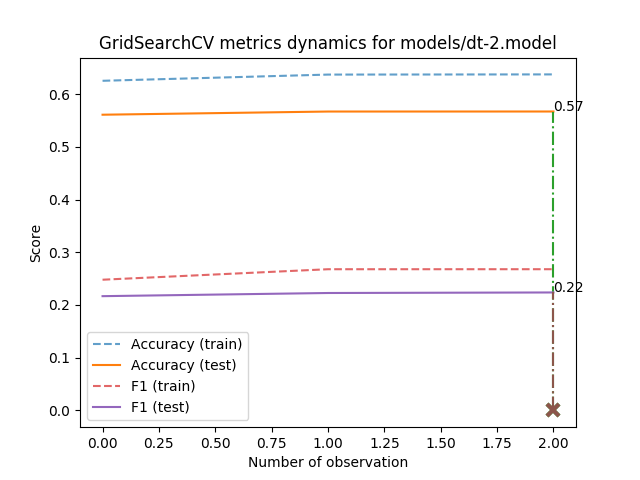
AverHLV/diploma-computations keeps this Graphviz diagram as models/dt-2.model_metrics.png. Above is the earlier version. Its source is kept beside it as models/dt-2.model.dot.
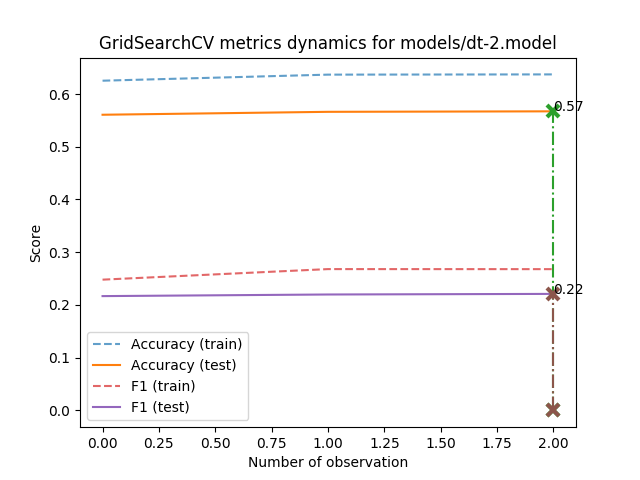
The same diagram one commit later.

Change to the diagram source:
```diff
@@ -1,56 +1,56 @@
 digraph Tree {
 node [shape=box, style="filled", color="black"] ;
-0 [label="Topic <= 0.998\ngini = 0.558\nsamples = 12050\nvalue = [[28, 5165, 718, 4400, 1739]\n[311, 7330, 2420, 806, 1183]\n[145, 6578, 592, 4043, 692]\n...\n[15, 5656, 845, 3930, 1604]\n[8, 151, 66, 50, 11775]\n[16, 2006, 26, 7797, 2205]]", fillcolor="#fffdfb"] ;
-1 [label="ОБ <= -0.236\ngini = 0.543\nsamples = 9277\nvalue = [[24, 4623, 566, 2698, 1366]\n[266, 5767, 1748, 562, 934]\n[123, 5775, 495, 2245, 639]\n...\n[15, 4928, 452, 2519, 1363]\n[7, 130, 40, 39, 9061]\n[15, 1795, 17, 5871, 1579]]", fillcolor="#fdf6f1"] ;
+0 [label="Topic <= 0.998\ngini = 0.558\nsamples = 12050\nvalue = [[27, 5151, 714, 4443, 1715]\n[320, 7320, 2445, 824, 1141]\n[145, 6590, 590, 4038, 687]\n...\n[18, 5666, 806, 3953, 1607]\n[11, 140, 60, 52, 11787]\n[18, 1986, 28, 7780, 2238]]", fillcolor="#fefcfa"] ;
+1 [label="ОБ <= -0.236\ngini = 0.543\nsamples = 9292\nvalue = [[24, 4625, 561, 2737, 1345]\n[267, 5806, 1764, 559, 896]\n[124, 5798, 487, 2244, 639]\n...\n[18, 4969, 434, 2511, 1360]\n[9, 123, 35, 42, 9083]\n[17, 1781, 21, 5870, 1603]]", fillcolor="#fdf5f0"] ;
 0 -> 1 [labeldistance=2.5, labelangle=45, headlabel="True"] ;
-5 [label="Позафракційні <= -1.95\ngini = 0.536\nsamples = 2446\nvalue = [[14, 1348, 111, 524, 449]\n[40, 1596, 278, 177, 355]\n[28, 1458, 84, 543, 333]\n...\n[7, 1238, 100, 672, 429]\n[1, 20, 8, 1, 2416]\n[8, 391, 1, 1386, 660]]", fillcolor="#fdf3ec"] ;
+5 [label="Позафракційні <= -2.179\ngini = 0.534\nsamples = 2469\nvalue = [[14, 1355, 102, 549, 449]\n[37, 1646, 286, 167, 333]\n[31, 1492, 70, 548, 328]\n...\n[9, 1277, 98, 650, 435]\n[2, 20, 6, 1, 2440]\n[10, 372, 1, 1405, 681]]", fillcolor="#fcf2ea"] ;
 1 -> 5 ;
-9 [label="gini = 0.414\nsamples = 208\nvalue = [[1, 26, 4, 112, 65]\n[0, 116, 29, 37, 26]\n[1, 41, 4, 122, 40]\n...\n[1, 25, 4, 105, 73]\n[0, 0, 0, 0, 208]\n[0, 4, 0, 39, 165]]", fillcolor="#f2bf9a"] ;
-5 -> 9 ;
-10 [label="ВОБ <= -0.559\ngini = 0.522\nsamples = 2238\nvalue = [[13, 1322, 107, 412, 384]\n[40, 1480, 249, 140, 329]\n[27, 1417, 80, 421, 293]\n...\n[6, 1213, 96, 567, 356]\n[1, 20, 8, 1, 2208]\n[8, 387, 1, 1347, 495]]", fillcolor="#fbede3"] ;
-5 -> 10 ;
-23 [label="gini = 0.526\nsamples = 564\nvalue = [[0, 277, 23, 139, 125]\n[11, 288, 53, 47, 165]\n[5, 312, 33, 144, 70]\n...\n[1, 264, 14, 210, 75]\n[0, 0, 0, 0, 564]\n[1, 106, 0, 360, 97]]", fillcolor="#fcefe6"] ;
-10 -> 23 ;
-24 [label="gini = 0.505\nsamples = 1674\nvalue = [[13, 1045, 84, 273, 259]\n[29, 1192, 196, 93, 164]\n[22, 1105, 47, 277, 223]\n...\n[5, 949, 82, 357, 281]\n[1, 20, 8, 1, 1644]\n[7, 281, 1, 987, 398]]", fillcolor="#fae6d8"] ;
-10 -> 24 ;
-6 [label="Topic <= -1.596\ngini = 0.534\nsamples = 6831\nvalue = [[10, 3275, 455, 2174, 917]\n[226, 4171, 1470, 385, 579]\n[95, 4317, 411, 1702, 306]\n...\n[8, 3690, 352, 1847, 934]\n[6, 110, 32, 38, 6645]\n[7, 1404, 16, 4485, 919]]", fillcolor="#fcf3ec"] ;
+7 [label="gini = 0.392\nsamples = 186\nvalue = [[2, 17, 3, 102, 62]\n[0, 95, 34, 34, 23]\n[1, 27, 4, 121, 33]\n...\n[0, 15, 5, 90, 76]\n[0, 0, 0, 0, 186]\n[0, 2, 0, 32, 152]]", fillcolor="#f0b58b"] ;
+5 -> 7 ;
+8 [label="ВОБ <= -0.559\ngini = 0.521\nsamples = 2283\nvalue = [[12, 1338, 99, 447, 387]\n[37, 1551, 252, 133, 310]\n[30, 1465, 66, 427, 295]\n...\n[9, 1262, 93, 560, 359]\n[2, 20, 6, 1, 2254]\n[10, 370, 1, 1373, 529]]", fillcolor="#fbece1"] ;
+5 -> 8 ;
+23 [label="gini = 0.527\nsamples = 574\nvalue = [[0, 277, 22, 154, 121]\n[7, 304, 58, 44, 161]\n[8, 312, 24, 151, 79]\n...\n[2, 278, 12, 213, 69]\n[0, 0, 0, 0, 574]\n[1, 108, 0, 359, 106]]", fillcolor="#fcefe5"] ;
+8 -> 23 ;
+24 [label="gini = 0.503\nsamples = 1709\nvalue = [[12, 1061, 77, 293, 266]\n[30, 1247, 194, 89, 149]\n[22, 1153, 42, 276, 216]\n...\n[7, 984, 81, 347, 290]\n[2, 20, 6, 1, 1680]\n[9, 262, 1, 1014, 423]]", fillcolor="#f9e4d5"] ;
+8 -> 24 ;
+6 [label="Topic <= -1.596\ngini = 0.535\nsamples = 6823\nvalue = [[10, 3270, 459, 2188, 896]\n[230, 4160, 1478, 392, 563]\n[93, 4306, 417, 1696, 311]\n...\n[9, 3692, 336, 1861, 925]\n[7, 103, 29, 41, 6643]\n[7, 1409, 20, 4465, 922]]", fillcolor="#fcf2eb"] ;
 1 -> 6 ;
-7 [label="gini = 0.466\nsamples = 335\nvalue = [[3, 91, 60, 158, 23]\n[3, 240, 65, 11, 16]\n[0, 82, 63, 188, 2]\n...\n[1, 73, 78, 138, 45]\n[0, 25, 1, 17, 292]\n[0, 23, 0, 230, 82]]", fillcolor="#f6d5bd"] ;
-6 -> 7 ;
-8 [label="НФ <= 0.392\ngini = 0.529\nsamples = 6496\nvalue = [[7, 3184, 395, 2016, 894]\n[223, 3931, 1405, 374, 563]\n[95, 4235, 348, 1514, 304]\n...\n[7, 3617, 274, 1709, 889]\n[6, 85, 31, 21, 6353]\n[7, 1381, 16, 4255, 837]]", fillcolor="#fcf0e8"] ;
-6 -> 8 ;
-13 [label="Екогрупа <= -1.626\ngini = 0.52\nsamples = 3944\nvalue = [[2, 1821, 190, 1343, 588]\n[114, 2501, 876, 213, 240]\n[47, 2515, 192, 973, 217]\n...\n[6, 2269, 185, 1138, 346]\n[3, 19, 14, 12, 3896]\n[4, 893, 9, 2601, 437]]", fillcolor="#fbece2"] ;
-8 -> 13 ;
-21 [label="gini = 0.465\nsamples = 161\nvalue = [[0, 41, 8, 85, 27]\n[3, 96, 30, 4, 28]\n[0, 51, 2, 108, 0]\n...\n[0, 55, 8, 69, 29]\n[0, 0, 0, 0, 161]\n[0, 10, 0, 35, 116]]", fillcolor="#f6d5bd"] ;
-13 -> 21 ;
-22 [label="gini = 0.515\nsamples = 3783\nvalue = [[2, 1780, 182, 1258, 561]\n[111, 2405, 846, 209, 212]\n[47, 2464, 190, 865, 217]\n...\n[6, 2214, 177, 1069, 317]\n[3, 19, 14, 12, 3735]\n[4, 883, 9, 2566, 321]]", fillcolor="#fbeade"] ;
-13 -> 22 ;
-14 [label="gini = 0.53\nsamples = 2552\nvalue = [[5, 1363, 205, 673, 306]\n[109, 1430, 529, 161, 323]\n[48, 1720, 156, 541, 87]\n...\n[1, 1348, 89, 571, 543]\n[3, 66, 17, 9, 2457]\n[3, 488, 7, 1654, 400]]", fillcolor="#fcf1e9"] ;
-8 -> 14 ;
-2 [label="НФ <= -0.149\ngini = 0.525\nsamples = 2773\nvalue = [[4, 542, 152, 1702, 373]\n[45, 1563, 672, 244, 249]\n[22, 803, 97, 1798, 53]\n...\n[0, 728, 393, 1411, 241]\n[1, 21, 26, 11, 2714]\n[1, 211, 9, 1926, 626]]", fillcolor="#fcefe5"] ;
+9 [label="gini = 0.462\nsamples = 327\nvalue = [[2, 86, 60, 162, 17]\n[4, 241, 63, 8, 11]\n[0, 83, 64, 179, 1]\n...\n[1, 79, 76, 126, 45]\n[0, 21, 1, 19, 286]\n[0, 20, 0, 219, 88]]", fillcolor="#f6d3ba"] ;
+6 -> 9 ;
+10 [label="Екогрупа <= -1.414\ngini = 0.53\nsamples = 6496\nvalue = [[8, 3184, 399, 2026, 879]\n[226, 3919, 1415, 384, 552]\n[93, 4223, 353, 1517, 310]\n...\n[8, 3613, 260, 1735, 880]\n[7, 82, 28, 22, 6357]\n[7, 1389, 20, 4246, 834]]", fillcolor="#fcf0e7"] ;
+6 -> 10 ;
+13 [label="gini = 0.506\nsamples = 346\nvalue = [[0, 114, 18, 158, 56]\n[6, 208, 77, 7, 48]\n[1, 156, 9, 177, 3]\n...\n[0, 131, 19, 128, 68]\n[0, 7, 0, 1, 338]\n[0, 13, 0, 119, 214]]", fillcolor="#fae6d8"] ;
+10 -> 13 ;
+14 [label="НФ <= 0.573\ngini = 0.525\nsamples = 6150\nvalue = [[8, 3070, 381, 1868, 823]\n[220, 3711, 1338, 377, 504]\n[92, 4067, 344, 1340, 307]\n...\n[8, 3482, 241, 1607, 812]\n[7, 75, 28, 21, 6019]\n[7, 1376, 20, 4127, 620]]", fillcolor="#fbeee4"] ;
+10 -> 14 ;
+15 [label="gini = 0.517\nsamples = 4236\nvalue = [[4, 1999, 224, 1406, 603]\n[118, 2679, 958, 237, 244]\n[50, 2759, 220, 967, 240]\n...\n[7, 2502, 178, 1175, 374]\n[4, 23, 18, 12, 4179]\n[4, 966, 12, 2890, 364]]", fillcolor="#fbeadf"] ;
+14 -> 15 ;
+16 [label="gini = 0.525\nsamples = 1914\nvalue = [[4, 1071, 157, 462, 220]\n[102, 1032, 380, 140, 260]\n[42, 1308, 124, 373, 67]\n...\n[1, 980, 63, 432, 438]\n[3, 52, 10, 9, 1840]\n[3, 410, 8, 1237, 256]]", fillcolor="#fceee4"] ;
+14 -> 16 ;
+2 [label="НФ <= -0.149\ngini = 0.526\nsamples = 2758\nvalue = [[3, 526, 153, 1706, 370]\n[53, 1514, 681, 265, 245]\n[21, 792, 103, 1794, 48]\n...\n[0, 697, 372, 1442, 247]\n[2, 17, 25, 10, 2704]\n[1, 205, 7, 1910, 635]]", fillcolor="#fceee5"] ;
 0 -> 2 [labeldistance=2.5, labelangle=-45, headlabel="False"] ;
-3 [label="Topic <= 1.016\ngini = 0.461\nsamples = 1853\nvalue = [[1, 160, 63, 1396, 233]\n[22, 991, 470, 200, 170]\n[1, 324, 42, 1460, 26]\n...\n[0, 348, 229, 1177, 99]\n[0, 3, 1, 1, 1848]\n[1, 62, 3, 1352, 435]]", fillcolor="#f6d3ba"] ;
+3 [label="Topic <= 1.016\ngini = 0.462\nsamples = 1853\nvalue = [[1, 148, 68, 1409, 227]\n[24, 976, 469, 216, 168]\n[2, 319, 49, 1456, 27]\n...\n[0, 339, 227, 1198, 89]\n[0, 2, 2, 1, 1848]\n[1, 67, 0, 1338, 447]]", fillcolor="#f6d3ba"] ;
 2 -> 3 ;
-11 [label="Воля <= -0.217\ngini = 0.351\nsamples = 545\nvalue = [[0, 3, 25, 479, 38]\n[6, 390, 8, 87, 54]\n[0, 41, 5, 499, 0]\n...\n[0, 44, 129, 332, 40]\n[0, 0, 0, 0, 545]\n[0, 1, 0, 395, 149]]", fillcolor="#eca470"] ;
+11 [label="Воля <= -0.217\ngini = 0.35\nsamples = 540\nvalue = [[0, 3, 30, 466, 41]\n[5, 375, 13, 96, 51]\n[0, 33, 10, 497, 0]\n...\n[0, 44, 132, 328, 36]\n[0, 0, 0, 0, 540]\n[0, 1, 0, 388, 151]]", fillcolor="#eca36f"] ;
 3 -> 11 ;
-25 [label="gini = 0.27\nsamples = 190\nvalue = [[0, 1, 22, 167, 0]\n[1, 102, 1, 51, 35]\n[0, 0, 2, 188, 0]\n...\n[0, 8, 10, 133, 39]\n[0, 0, 0, 0, 190]\n[0, 0, 0, 43, 147]]", fillcolor="#e58139"] ;
+25 [label="gini = 0.271\nsamples = 188\nvalue = [[0, 1, 27, 159, 1]\n[2, 104, 2, 49, 31]\n[0, 0, 3, 185, 0]\n...\n[0, 8, 10, 135, 35]\n[0, 0, 0, 0, 188]\n[0, 0, 0, 39, 149]]", fillcolor="#e58139"] ;
 11 -> 25 ;
-26 [label="gini = 0.327\nsamples = 355\nvalue = [[0, 2, 3, 312, 38]\n[5, 288, 7, 36, 19]\n[0, 41, 3, 311, 0]\n...\n[0, 36, 119, 199, 1]\n[0, 0, 0, 0, 355]\n[0, 1, 0, 352, 2]]", fillcolor="#ea995f"] ;
+26 [label="gini = 0.326\nsamples = 352\nvalue = [[0, 2, 3, 307, 40]\n[3, 271, 11, 47, 20]\n[0, 33, 7, 312, 0]\n...\n[0, 36, 122, 193, 1]\n[0, 0, 0, 0, 352]\n[0, 1, 0, 349, 2]]", fillcolor="#ea995e"] ;
 11 -> 26 ;
-12 [label="Topic <= 1.421\ngini = 0.468\nsamples = 1308\nvalue = [[1, 157, 38, 917, 195]\n[16, 601, 462, 113, 116]\n[1, 283, 37, 961, 26]\n...\n[0, 304, 100, 845, 59]\n[0, 3, 1, 1, 1303]\n[1, 61, 3, 957, 286]]", fillcolor="#f7d6be"] ;
+12 [label="Воля <= 0.475\ngini = 0.469\nsamples = 1313\nvalue = [[1, 145, 38, 943, 186]\n[19, 601, 456, 120, 117]\n[2, 286, 39, 959, 27]\n...\n[0, 295, 95, 870, 53]\n[0, 2, 2, 1, 1308]\n[1, 66, 0, 950, 296]]", fillcolor="#f7d6bf"] ;
 3 -> 12 ;
-15 [label="gini = 0.531\nsamples = 203\nvalue = [[0, 87, 11, 66, 39]\n[6, 118, 39, 7, 33]\n[1, 119, 7, 61, 15]\n...\n[0, 101, 7, 73, 22]\n[0, 2, 1, 0, 200]\n[1, 34, 0, 109, 59]]", fillcolor="#fcf1e9"] ;
-12 -> 15 ;
-16 [label="Topic <= 1.439\ngini = 0.428\nsamples = 1105\nvalue = [[1, 70, 27, 851, 156]\n[10, 483, 423, 106, 83]\n[0, 164, 30, 900, 11]\n...\n[0, 203, 93, 772, 37]\n[0, 1, 0, 1, 1103]\n[0, 27, 3, 848, 227]]", fillcolor="#f3c5a4"] ;
-12 -> 16 ;
-19 [label="gini = 0.342\nsamples = 450\nvalue = [[0, 16, 0, 364, 70]\n[5, 106, 239, 74, 26]\n[0, 38, 0, 412, 0]\n...\n[0, 52, 30, 354, 14]\n[0, 0, 0, 0, 450]\n[0, 4, 0, 388, 58]]", fillcolor="#eba069"] ;
-16 -> 19 ;
-20 [label="gini = 0.442\nsamples = 655\nvalue = [[1, 54, 27, 487, 86]\n[5, 377, 184, 32, 57]\n[0, 126, 30, 488, 11]\n...\n[0, 151, 63, 418, 23]\n[0, 1, 0, 1, 653]\n[0, 23, 3, 460, 169]]", fillcolor="#f4cbad"] ;
-16 -> 20 ;
-4 [label="Topic <= 1.016\ngini = 0.563\nsamples = 920\nvalue = [[3, 382, 89, 306, 140]\n[23, 572, 202, 44, 79]\n[21, 479, 55, 338, 27]\n...\n[0, 380, 164, 234, 142]\n[1, 18, 25, 10, 866]\n[0, 149, 6, 574, 191]]", fillcolor="#ffffff"] ;
+17 [label="Екогрупа <= -1.837\ngini = 0.513\nsamples = 625\nvalue = [[1, 110, 21, 358, 135]\n[11, 377, 131, 43, 63]\n[2, 210, 32, 356, 25]\n...\n[0, 192, 48, 350, 35]\n[0, 2, 2, 1, 620]\n[1, 41, 0, 301, 282]]", fillcolor="#fae9dc"] ;
+12 -> 17 ;
+19 [label="gini = 0.367\nsamples = 249\nvalue = [[0, 6, 0, 187, 56]\n[5, 112, 66, 21, 45]\n[0, 17, 4, 225, 3]\n...\n[0, 21, 13, 210, 5]\n[0, 0, 0, 0, 249]\n[1, 0, 0, 3, 245]]", fillcolor="#eeaa7a"] ;
+17 -> 19 ;
+20 [label="gini = 0.521\nsamples = 376\nvalue = [[1, 104, 21, 171, 79]\n[6, 265, 65, 22, 18]\n[2, 193, 28, 131, 22]\n...\n[0, 171, 35, 140, 30]\n[0, 2, 2, 1, 371]\n[0, 41, 0, 298, 37]]", fillcolor="#fbece2"] ;
+17 -> 20 ;
+18 [label="gini = 0.384\nsamples = 688\nvalue = [[0, 35, 17, 585, 51]\n[8, 224, 325, 77, 54]\n[0, 76, 7, 603, 2]\n...\n[0, 103, 47, 520, 18]\n[0, 0, 0, 0, 688]\n[0, 25, 0, 649, 14]]", fillcolor="#efb185"] ;
+12 -> 18 ;
+4 [label="Topic <= 1.016\ngini = 0.565\nsamples = 905\nvalue = [[2, 378, 85, 297, 143]\n[29, 538, 212, 49, 77]\n[19, 473, 54, 338, 21]\n...\n[0, 358, 145, 244, 158]\n[2, 15, 23, 9, 856]\n[0, 138, 7, 572, 188]]", fillcolor="#ffffff"] ;
 2 -> 4 ;
-17 [label="gini = 0.289\nsamples = 99\nvalue = [[0, 23, 25, 48, 3]\n[1, 77, 2, 7, 12]\n[0, 6, 0, 93, 0]\n...\n[0, 8, 69, 22, 0]\n[0, 0, 0, 0, 99]\n[0, 0, 0, 36, 63]]", fillcolor="#e78946"] ;
-4 -> 17 ;
-18 [label="gini = 0.559\nsamples = 821\nvalue = [[3, 359, 64, 258, 137]\n[22, 495, 200, 37, 67]\n[21, 473, 55, 245, 27]\n...\n[0, 372, 95, 212, 142]\n[1, 18, 25, 10, 767]\n[0, 149, 6, 538, 128]]", fillcolor="#fffdfc"] ;
-4 -> 18 ;
+21 [label="gini = 0.274\nsamples = 85\nvalue = [[0, 21, 20, 42, 2]\n[1, 63, 2, 6, 13]\n[0, 2, 0, 83, 0]\n...\n[0, 6, 59, 20, 0]\n[0, 0, 0, 0, 85]\n[0, 0, 0, 28, 57]]", fillcolor="#e5823b"] ;
+4 -> 21 ;
+22 [label="gini = 0.561\nsamples = 820\nvalue = [[2, 357, 65, 255, 141]\n[28, 475, 210, 43, 64]\n[19, 471, 54, 255, 21]\n...\n[0, 352, 86, 224, 158]\n[2, 15, 23, 9, 771]\n[0, 138, 7, 544, 131]]", fillcolor="#fffdfc"] ;
+4 -> 22 ;
 }
```
